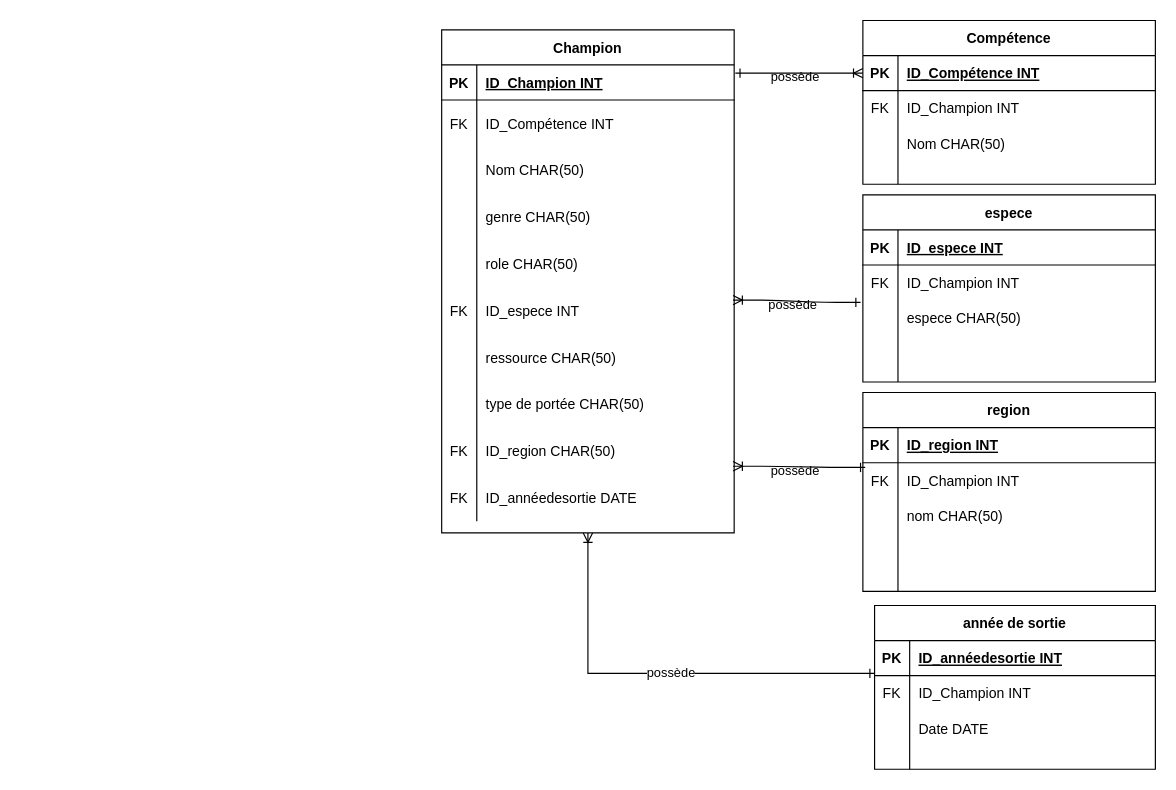
The draw.io diagram Diagramme sans nom.drawio in CamilleSimon/BTS2-CIEL-IR-MCD-2024-2025, before the edit. Source tidied: cells renumbered, new cells numbered last; positions are measured from the earlier drawing's top-left corner, leaving out a move shared by most shapes. Both pictures are drawn from the tidied source at 117%, with x=0, y=0 at pixel (441, 20).
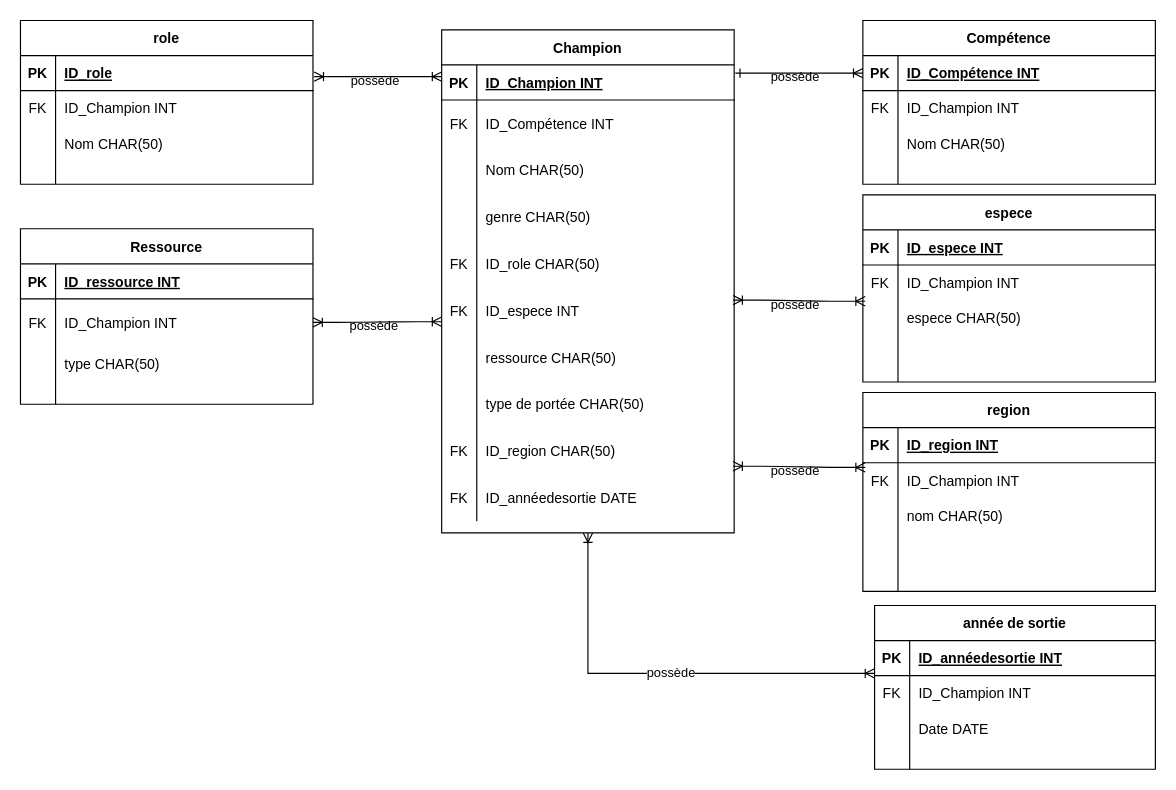
The same page after the edit.

Commit message:
Mettre à jour Diagramme sans nom.drawio

Unchanged cells that the change refers to:
```xml
<mxCell id="17" value="Champion" style="shape=table;startSize=30;childLayout=tableLayout;rowLines=0;fontStyle=1;align=center;labelBackgroundColor=none;" parent="1" vertex="1">
  <mxGeometry y="8" width="250" height="430" as="geometry" />
</mxCell>
<mxCell id="30" style="shape=partialRectangle;fillColor=none;top=0;left=0;right=0;bottom=0;labelBackgroundColor=none;" parent="17" vertex="1">
  <mxGeometry y="180" width="250" height="40" as="geometry" />
</mxCell>
<mxCell id="52" style="shape=partialRectangle;fillColor=none;points=[[0,0.5],[1,0.5]];portConstraint=eastwest;top=0;left=0;right=0;bottom=0;labelBackgroundColor=none;" parent="48" vertex="1">
  <mxGeometry y="60" width="250" height="30" as="geometry" />
</mxCell>
<mxCell id="86" value="année de sortie" style="shape=table;startSize=30;childLayout=tableLayout;rowLines=0;fontStyle=1;align=center;labelBackgroundColor=none;" parent="1" vertex="1">
  <mxGeometry x="370" y="500" width="240" height="140" as="geometry" />
</mxCell>
```

The edit, as a diff of the source:
```diff
@@
-    <mxCell id="31" style="shape=partialRectangle;overflow=hidden;fillColor=none;top=0;left=0;bottom=0;right=0;labelBackgroundColor=none;" parent="30" vertex="1">
+    <mxCell id="31" value="FK" style="shape=partialRectangle;overflow=hidden;fillColor=none;top=0;left=0;bottom=0;right=0;labelBackgroundColor=none;" parent="30" vertex="1">
       <mxGeometry width="30" height="40" as="geometry" />
     </mxCell>
-    <mxCell id="32" value="role CHAR(50)" style="shape=partialRectangle;overflow=hidden;fillColor=none;top=0;left=0;bottom=0;right=0;align=left;spacingLeft=6;labelBackgroundColor=none;" parent="30" vertex="1">
+    <mxCell id="32" value="ID_role CHAR(50)" style="shape=partialRectangle;overflow=hidden;fillColor=none;top=0;left=0;bottom=0;right=0;align=left;spacingLeft=6;labelBackgroundColor=none;" parent="30" vertex="1">
       <mxGeometry x="30" width="220" height="40" as="geometry" />
     </mxCell>
@@
-    <mxCell id="64" style="edgeStyle=entityRelationEdgeStyle;endArrow=ERone;startArrow=ERoneToMany;endFill=0;startFill=0;entryX=-0.008;entryY=0.067;entryDx=0;entryDy=0;labelBackgroundColor=none;fontColor=default;exitX=0.996;exitY=0.275;exitDx=0;exitDy=0;exitPerimeter=0;entryPerimeter=0;" parent="1" edge="1">
+    <mxCell id="64" style="edgeStyle=entityRelationEdgeStyle;endArrow=ERoneToMany;startArrow=ERoneToMany;endFill=0;startFill=0;entryX=0.008;entryY=1.033;entryDx=0;entryDy=0;labelBackgroundColor=none;fontColor=default;exitX=0.996;exitY=0.275;exitDx=0;exitDy=0;exitPerimeter=0;entryPerimeter=0;" parent="1" edge="1" target="52">
       <mxGeometry relative="1" as="geometry">
         <mxPoint x="249" y="239" as="sourcePoint" />
-        <mxPoint x="358" y="241" as="targetPoint" />
         <Array as="points">
           <mxPoint x="360" y="243" />
         </Array>
       </mxGeometry>
     </mxCell>
@@
-    <mxCell id="82" style="edgeStyle=entityRelationEdgeStyle;endArrow=ERone;startArrow=ERoneToMany;endFill=0;startFill=0;entryX=0.012;entryY=0.1;entryDx=0;entryDy=0;labelBackgroundColor=none;fontColor=default;entryPerimeter=0;" parent="1" edge="1">
+    <mxCell id="82" style="edgeStyle=entityRelationEdgeStyle;endArrow=ERoneToMany;startArrow=ERoneToMany;endFill=0;startFill=0;entryX=0.012;entryY=0.1;entryDx=0;entryDy=0;labelBackgroundColor=none;fontColor=default;entryPerimeter=0;" parent="1" edge="1">
       <mxGeometry relative="1" as="geometry">
         <mxPoint x="249" y="381" as="sourcePoint" />
         <mxPoint x="362" y="382" as="targetPoint" />
         <Array as="points">
           <mxPoint x="349" y="376" />
         </Array>
       </mxGeometry>
     </mxCell>
@@
-    <mxCell id="84" style="edgeStyle=orthogonalEdgeStyle;rounded=0;jettySize=auto;html=1;endArrow=ERoneToMany;endFill=0;startArrow=ERone;startFill=0;entryX=0.5;entryY=1;entryDx=0;entryDy=0;" parent="1" edge="1" source="86" target="17">
+    <mxCell id="84" style="edgeStyle=orthogonalEdgeStyle;rounded=0;jettySize=auto;html=1;endArrow=ERoneToMany;endFill=0;startArrow=ERoneToMany;startFill=0;entryX=0.5;entryY=1;entryDx=0;entryDy=0;" parent="1" edge="1" source="86" target="17">
       <mxGeometry relative="1" as="geometry">
         <Array as="points">
           <mxPoint x="125" y="558" />
         </Array>
       </mxGeometry>
     </mxCell>
@@
+    <mxCell id="99" value="role" style="shape=table;startSize=30;childLayout=tableLayout;rowLines=0;fontStyle=1;align=center;labelBackgroundColor=none;" parent="1" vertex="1">
+      <mxGeometry x="-360" width="250" height="140" as="geometry" />
+    </mxCell>
+    <mxCell id="100" style="shape=partialRectangle;fillColor=none;top=0;left=0;right=0;bottom=1;labelBackgroundColor=none;" parent="99" vertex="1">
+      <mxGeometry y="30" width="250" height="30" as="geometry" />
+    </mxCell>
+    <mxCell id="101" value="PK" style="shape=partialRectangle;overflow=hidden;fillColor=none;top=0;left=0;bottom=0;right=0;fontStyle=1;labelBackgroundColor=none;" parent="100" vertex="1">
+      <mxGeometry width="30" height="30" as="geometry" />
+    </mxCell>
+    <mxCell id="102" value="ID_role" style="shape=partialRectangle;overflow=hidden;fillColor=none;top=0;left=0;bottom=0;right=0;align=left;spacingLeft=6;fontStyle=5;labelBackgroundColor=none;" parent="100" vertex="1">
+      <mxGeometry x="30" width="220" height="30" as="geometry" />
+    </mxCell>
+    <mxCell id="103" style="shape=partialRectangle;fillColor=none;top=0;left=0;right=0;bottom=0;labelBackgroundColor=none;" parent="99" vertex="1">
+      <mxGeometry y="60" width="250" height="30" as="geometry" />
+    </mxCell>
+    <mxCell id="104" value="FK" style="shape=partialRectangle;overflow=hidden;fillColor=none;top=0;left=0;bottom=0;right=0;labelBackgroundColor=none;" parent="103" vertex="1">
+      <mxGeometry width="30" height="30" as="geometry" />
+    </mxCell>
+    <mxCell id="105" value="ID_Champion INT" style="shape=partialRectangle;overflow=hidden;fillColor=none;top=0;left=0;bottom=0;right=0;align=left;spacingLeft=6;labelBackgroundColor=none;" parent="103" vertex="1">
+      <mxGeometry x="30" width="220" height="30" as="geometry" />
+    </mxCell>
+    <mxCell id="106" style="shape=partialRectangle;fillColor=none;top=0;left=0;right=0;bottom=0;labelBackgroundColor=none;" parent="99" vertex="1">
+      <mxGeometry y="90" width="250" height="30" as="geometry" />
+    </mxCell>
+    <mxCell id="107" style="shape=partialRectangle;overflow=hidden;fillColor=none;top=0;left=0;bottom=0;right=0;labelBackgroundColor=none;" parent="106" vertex="1">
+      <mxGeometry width="30" height="30" as="geometry" />
+    </mxCell>
+    <mxCell id="108" value="Nom CHAR(50)" style="shape=partialRectangle;overflow=hidden;fillColor=none;top=0;left=0;bottom=0;right=0;align=left;spacingLeft=6;labelBackgroundColor=none;" parent="106" vertex="1">
+      <mxGeometry x="30" width="220" height="30" as="geometry" />
+    </mxCell>
+    <mxCell id="109" style="shape=partialRectangle;fillColor=none;top=0;left=0;right=0;bottom=0;labelBackgroundColor=none;" parent="99" vertex="1">
+      <mxGeometry y="120" width="250" height="20" as="geometry" />
+    </mxCell>
+    <mxCell id="110" style="shape=partialRectangle;overflow=hidden;fillColor=none;top=0;left=0;bottom=0;right=0;labelBackgroundColor=none;" parent="109" vertex="1">
+      <mxGeometry width="30" height="20" as="geometry" />
+    </mxCell>
+    <mxCell id="111" style="shape=partialRectangle;overflow=hidden;fillColor=none;top=0;left=0;bottom=0;right=0;align=left;spacingLeft=6;labelBackgroundColor=none;" parent="109" vertex="1">
+      <mxGeometry x="30" width="220" height="20" as="geometry" />
+    </mxCell>
+    <mxCell id="112" style="edgeStyle=entityRelationEdgeStyle;endArrow=ERoneToMany;startArrow=ERoneToMany;endFill=0;startFill=0;entryX=0;entryY=0.5;entryDx=0;entryDy=0;labelBackgroundColor=none;fontColor=default;exitX=1.004;exitY=0.233;exitDx=0;exitDy=0;exitPerimeter=0;" parent="1" edge="1">
+      <mxGeometry relative="1" as="geometry">
+        <mxPoint x="-109" y="48" as="sourcePoint" />
+        <mxPoint y="48" as="targetPoint" />
+        <Array as="points">
+          <mxPoint y="31" />
+        </Array>
+      </mxGeometry>
+    </mxCell>
+    <mxCell id="113" value="possède" style="edgeLabel;html=1;align=center;verticalAlign=middle;labelBackgroundColor=none;" parent="112" vertex="1">
+      <mxGeometry x="-0.07" y="-3" relative="1" as="geometry" />
+    </mxCell>
+    <mxCell id="114" value="Ressource" style="shape=table;startSize=30;childLayout=tableLayout;rowLines=0;fontStyle=1;align=center;labelBackgroundColor=none;" parent="1" vertex="1">
+      <mxGeometry x="-360" y="178" width="250" height="150" as="geometry" />
+    </mxCell>
+    <mxCell id="115" style="shape=partialRectangle;fillColor=none;top=0;left=0;right=0;bottom=1;labelBackgroundColor=none;" parent="114" vertex="1">
+      <mxGeometry y="30" width="250" height="30" as="geometry" />
+    </mxCell>
+    <mxCell id="116" value="PK" style="shape=partialRectangle;overflow=hidden;fillColor=none;top=0;left=0;bottom=0;right=0;fontStyle=1;labelBackgroundColor=none;" parent="115" vertex="1">
+      <mxGeometry width="30" height="30" as="geometry" />
+    </mxCell>
+    <mxCell id="117" value="ID_ressource INT" style="shape=partialRectangle;overflow=hidden;fillColor=none;top=0;left=0;bottom=0;right=0;align=left;spacingLeft=6;fontStyle=5;labelBackgroundColor=none;" parent="115" vertex="1">
+      <mxGeometry x="30" width="220" height="30" as="geometry" />
+    </mxCell>
+    <mxCell id="118" style="shape=partialRectangle;fillColor=none;points=[[0,0.5],[1,0.5]];portConstraint=eastwest;top=0;left=0;right=0;bottom=0;labelBackgroundColor=none;" parent="114" vertex="1">
+      <mxGeometry y="60" width="250" height="40" as="geometry" />
+    </mxCell>
+    <mxCell id="119" value="FK" style="shape=partialRectangle;overflow=hidden;fillColor=none;top=0;left=0;bottom=0;right=0;labelBackgroundColor=none;" parent="118" vertex="1">
+      <mxGeometry width="30" height="40" as="geometry" />
+    </mxCell>
+    <mxCell id="120" value="ID_Champion INT" style="shape=partialRectangle;overflow=hidden;fillColor=none;top=0;left=0;bottom=0;right=0;align=left;spacingLeft=6;labelBackgroundColor=none;" parent="118" vertex="1">
+      <mxGeometry x="30" width="220" height="40" as="geometry" />
+    </mxCell>
+    <mxCell id="121" style="shape=partialRectangle;fillColor=none;top=0;left=0;right=0;bottom=0;labelBackgroundColor=none;" parent="114" vertex="1">
+      <mxGeometry y="100" width="250" height="30" as="geometry" />
+    </mxCell>
+    <mxCell id="122" style="shape=partialRectangle;overflow=hidden;fillColor=none;top=0;left=0;bottom=0;right=0;labelBackgroundColor=none;" parent="121" vertex="1">
+      <mxGeometry width="30" height="30" as="geometry" />
+    </mxCell>
+    <mxCell id="123" value="type CHAR(50)" style="shape=partialRectangle;overflow=hidden;fillColor=none;top=0;left=0;bottom=0;right=0;align=left;spacingLeft=6;labelBackgroundColor=none;" parent="121" vertex="1">
+      <mxGeometry x="30" width="220" height="30" as="geometry" />
+    </mxCell>
+    <mxCell id="124" style="shape=partialRectangle;fillColor=none;top=0;left=0;right=0;bottom=0;labelBackgroundColor=none;" parent="114" vertex="1">
+      <mxGeometry y="130" width="250" height="20" as="geometry" />
+    </mxCell>
+    <mxCell id="125" style="shape=partialRectangle;overflow=hidden;fillColor=none;top=0;left=0;bottom=0;right=0;labelBackgroundColor=none;" parent="124" vertex="1">
+      <mxGeometry width="30" height="20" as="geometry" />
+    </mxCell>
+    <mxCell id="126" style="shape=partialRectangle;overflow=hidden;fillColor=none;top=0;left=0;bottom=0;right=0;align=left;spacingLeft=6;labelBackgroundColor=none;" parent="124" vertex="1">
+      <mxGeometry x="30" width="220" height="20" as="geometry" />
+    </mxCell>
+    <mxCell id="127" style="edgeStyle=entityRelationEdgeStyle;endArrow=ERoneToMany;startArrow=ERoneToMany;endFill=0;startFill=0;entryX=0;entryY=0.5;entryDx=0;entryDy=0;labelBackgroundColor=none;fontColor=default;" parent="1" edge="1" source="118">
+      <mxGeometry relative="1" as="geometry">
+        <mxPoint y="257.5" as="targetPoint" />
+        <Array as="points">
+          <mxPoint y="240.5" />
+        </Array>
+      </mxGeometry>
+    </mxCell>
+    <mxCell id="128" value="possède" style="edgeLabel;html=1;align=center;verticalAlign=middle;labelBackgroundColor=none;" parent="127" vertex="1">
+      <mxGeometry x="-0.07" y="-3" relative="1" as="geometry" />
+    </mxCell>
```
